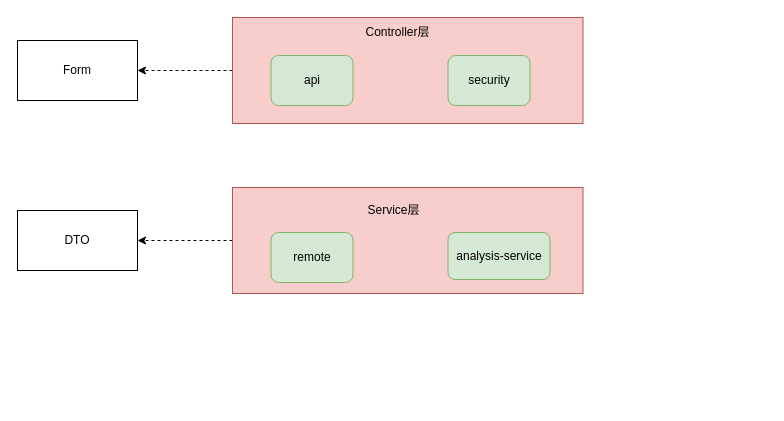
The draw.io diagram api-analysis代码架构.drawio in laowang-cloud/diagrams, before the edit. Source tidied: cells renumbered, new cells numbered last; positions are measured from the earlier drawing's top-left corner, leaving out a move shared by most shapes. Both pictures are drawn from the tidied source at 100%, with x=0, y=0 at pixel (17, 17).
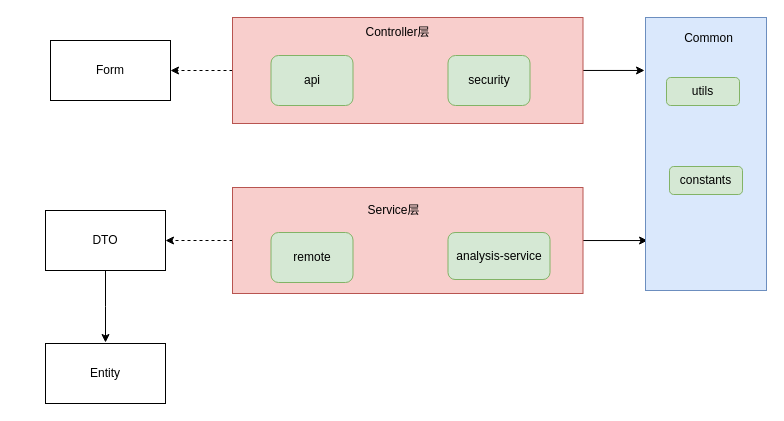
Above is the later version.

Commit message (it also covers changes not shown here):
更新api-analysis代码架构.drawio

The change refers to these unchanged cells:
```xml
<mxCell id="3" style="rounded=0;whiteSpace=wrap;html=1;fillColor=#f8cecc;strokeColor=#b85450;" parent="1" vertex="1">
  <mxGeometry x="215" width="350.5" height="106" as="geometry" />
</mxCell>
<mxCell id="7" style="rounded=0;whiteSpace=wrap;html=1;fillColor=#f8cecc;strokeColor=#b85450;" parent="1" vertex="1">
  <mxGeometry x="215" y="170" width="350.5" height="106" as="geometry" />
</mxCell>
```

Diff of the diagram source:
```diff
@@
+    <mxCell id="14" style="edgeStyle=orthogonalEdgeStyle;rounded=0;jettySize=auto;html=1;entryX=-0.008;entryY=0.194;entryDx=0;entryDy=0;entryPerimeter=0;" parent="1" edge="1" source="3" target="17">
+      <mxGeometry relative="1" as="geometry" />
+    </mxCell>
@@
+    <mxCell id="15" style="edgeStyle=orthogonalEdgeStyle;rounded=0;jettySize=auto;html=1;entryX=0.017;entryY=0.817;entryDx=0;entryDy=0;entryPerimeter=0;" parent="1" edge="1" source="7" target="17">
+      <mxGeometry relative="1" as="geometry" />
+    </mxCell>
@@
     <mxCell id="12" value="Form" style="rounded=0;whiteSpace=wrap;html=1;" parent="1" vertex="1">
-      <mxGeometry y="23" width="120" height="60" as="geometry" />
+      <mxGeometry x="33" y="23" width="120" height="60" as="geometry" />
     </mxCell>
+    <mxCell id="16" style="edgeStyle=orthogonalEdgeStyle;rounded=0;jettySize=auto;html=1;" parent="1" edge="1" source="13">
+      <mxGeometry relative="1" as="geometry">
+        <mxPoint x="88" y="325" as="targetPoint" />
+      </mxGeometry>
+    </mxCell>
     <mxCell id="13" value="DTO" style="rounded=0;whiteSpace=wrap;html=1;" parent="1" vertex="1">
-      <mxGeometry y="193" width="120" height="60" as="geometry" />
+      <mxGeometry x="28" y="193" width="120" height="60" as="geometry" />
     </mxCell>
+    <mxCell id="17" style="rounded=0;whiteSpace=wrap;html=1;fillColor=#dae8fc;strokeColor=#6c8ebf;" parent="1" vertex="1">
+      <mxGeometry x="628" width="121" height="273" as="geometry" />
+    </mxCell>
+    <mxCell id="18" value="Common" style="text;html=1;strokeColor=none;fillColor=none;align=center;verticalAlign=middle;whiteSpace=wrap;rounded=0;" parent="1" vertex="1">
+      <mxGeometry x="644" y="9" width="95" height="24" as="geometry" />
+    </mxCell>
+    <mxCell id="19" value="utils" style="rounded=1;whiteSpace=wrap;html=1;fillColor=#d5e8d4;strokeColor=#82b366;" parent="1" vertex="1">
+      <mxGeometry x="649" y="60" width="73" height="28" as="geometry" />
+    </mxCell>
+    <mxCell id="20" value="constants" style="rounded=1;whiteSpace=wrap;html=1;fillColor=#d5e8d4;strokeColor=#82b366;" parent="1" vertex="1">
+      <mxGeometry x="652" y="149" width="73" height="28" as="geometry" />
+    </mxCell>
+    <mxCell id="21" value="Entity" style="rounded=0;whiteSpace=wrap;html=1;" parent="1" vertex="1">
+      <mxGeometry x="28" y="326" width="120" height="60" as="geometry" />
+    </mxCell>
```
